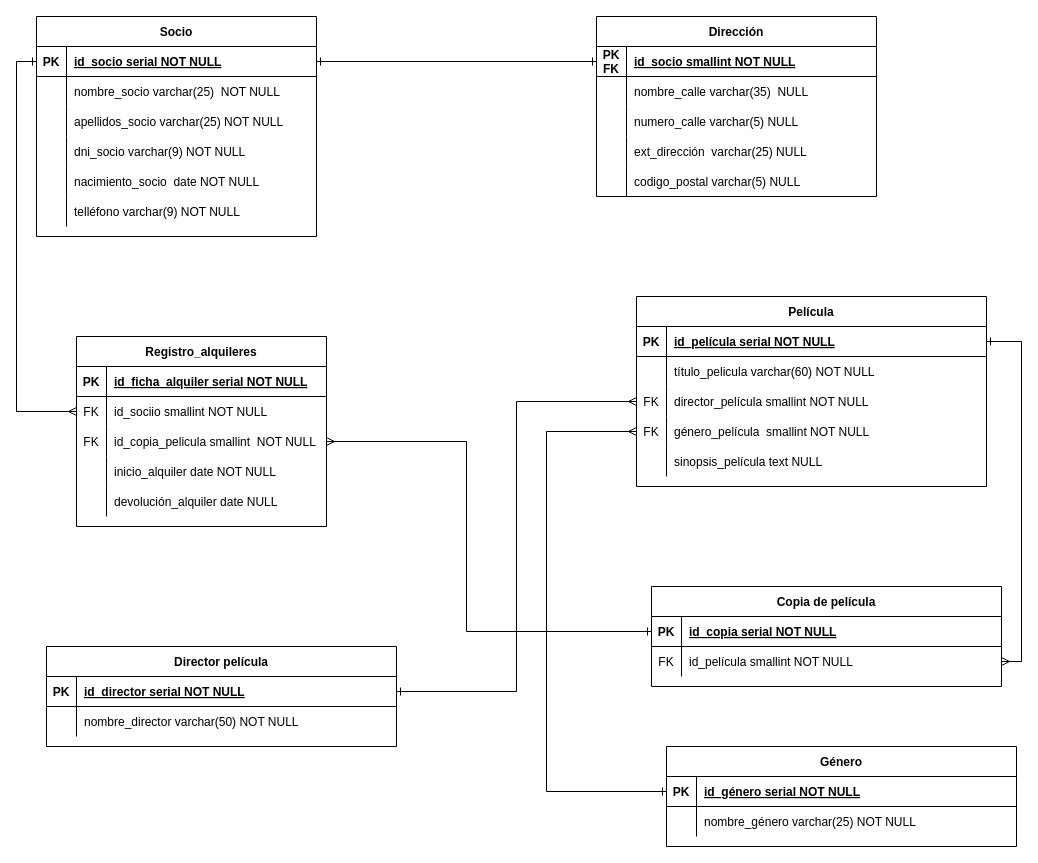
This is diagrama_practicaSQL.drawio from AdrianFSN/paractica_SQL_AS, a draw.io file, before an edit. Source tidied: cells renumbered, new cells numbered last; positions are measured from the earlier drawing's top-left corner, leaving out a move shared by most shapes. Both pictures are drawn from the tidied source at 100%, with x=0, y=0 at pixel (36, 16).
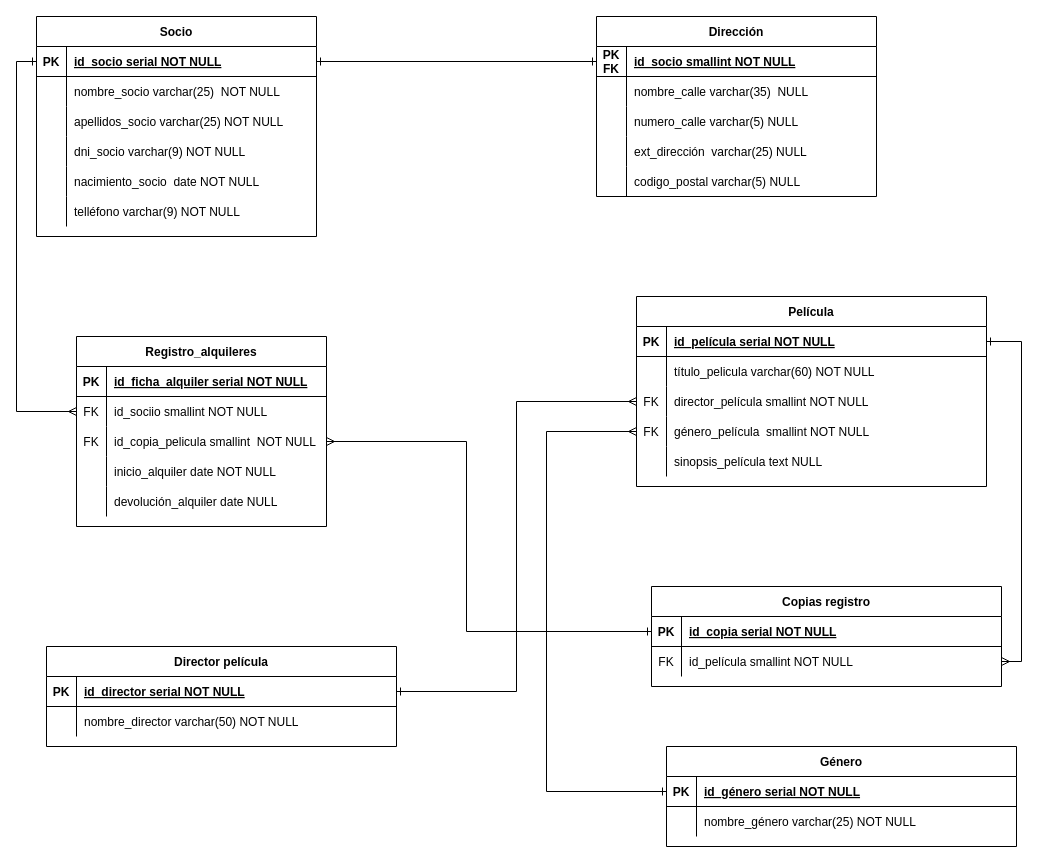
After the change.

Commit message (it also covers changes not shown here):
Presento diagrama, script y readme corregidos para la práctica

Diff of the diagram source:
```diff
@@
-    <mxCell id="87" value="Copia de película" style="shape=table;startSize=30;childLayout=tableLayout;rowLines=0;fontStyle=1;align=center;" parent="1" vertex="1">
+    <mxCell id="87" value="Copias registro" style="shape=table;startSize=30;childLayout=tableLayout;rowLines=0;fontStyle=1;align=center;" parent="1" vertex="1">
       <mxGeometry x="615" y="570" width="350" height="100" as="geometry" />
     </mxCell>
```
